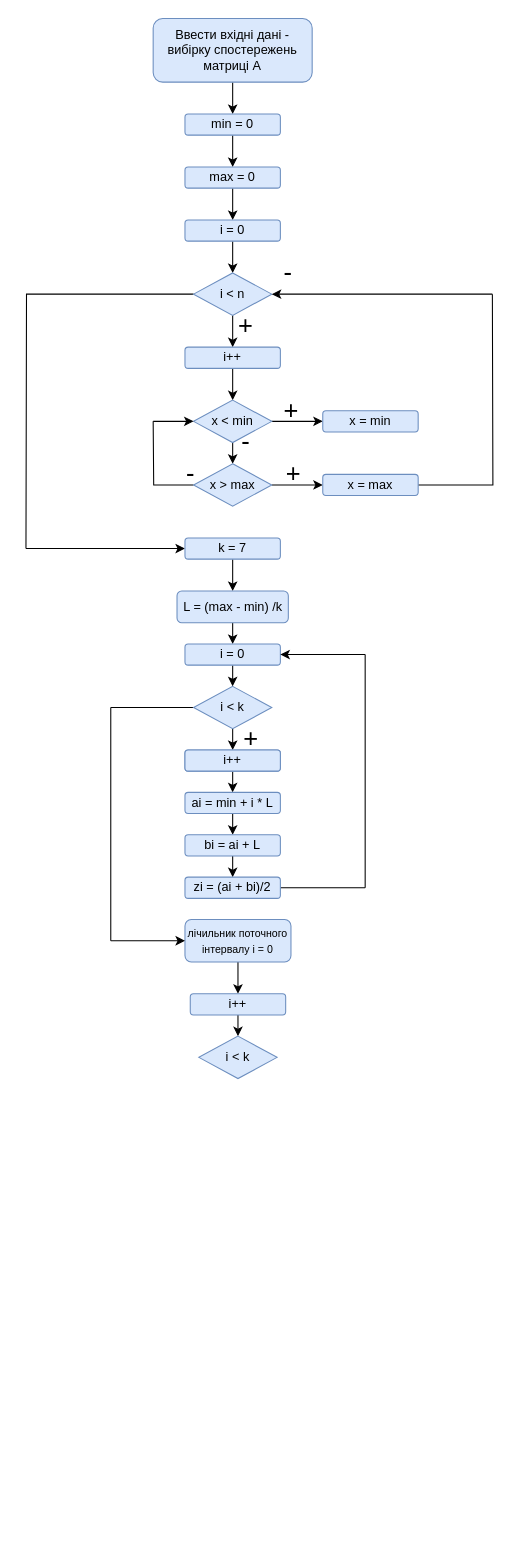
Before: BoAT_Lab_2/BoAT_Lab_2.drawio in Erw1n-git/drawio_flowcharts, a draw.io diagram. Source tidied: cells renumbered, new cells numbered last; positions are measured from the earlier drawing's top-left corner, leaving out a move shared by most shapes. Both pictures are drawn from the tidied source at 106%, with x=0, y=0 at pixel (25, 18).
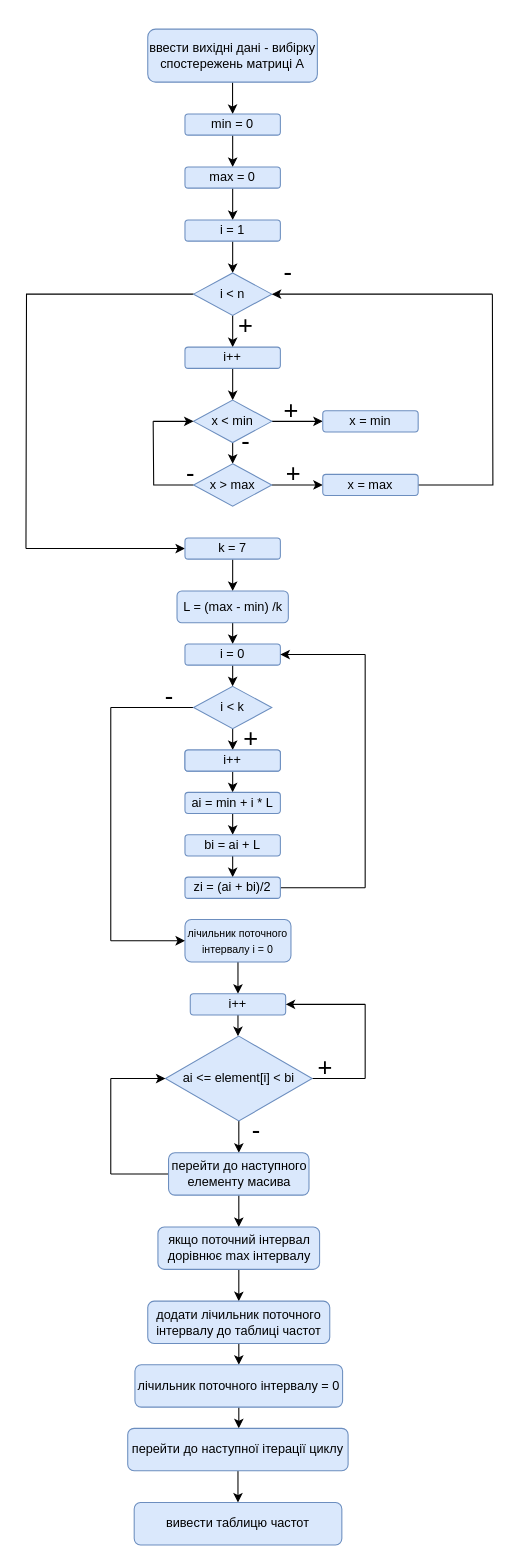
The same page after the edit.

Unchanged cells that the change refers to:
```xml
<mxCell id="59" value="i++" style="rounded=1;whiteSpace=wrap;html=1;fillColor=#dae8fc;strokeColor=#6c8ebf;" parent="1" vertex="1">
  <mxGeometry x="155" y="920" width="90" height="20" as="geometry" />
</mxCell>
```

Diff of the diagram source:
```diff
@@
-    <mxCell id="3" value="Ввести вхідні дані - вибірку спостережень матриці А" style="rounded=1;whiteSpace=wrap;html=1;fillColor=#dae8fc;strokeColor=#6c8ebf;" parent="1" vertex="1">
-      <mxGeometry x="120" width="150" height="60" as="geometry" />
+    <mxCell id="3" value="ввести вихідні дані - вибірку спостережень матриці А" style="rounded=1;whiteSpace=wrap;html=1;fillColor=#dae8fc;strokeColor=#6c8ebf;" parent="1" vertex="1">
+      <mxGeometry x="114.9" y="10" width="160" height="50" as="geometry" />
     </mxCell>
@@
-    <mxCell id="9" value="&lt;div&gt;i = 0&lt;/div&gt;" style="rounded=1;whiteSpace=wrap;html=1;fillColor=#dae8fc;strokeColor=#6c8ebf;" parent="1" vertex="1">
+    <mxCell id="9" value="&lt;div&gt;i = 1&lt;br&gt;&lt;/div&gt;" style="rounded=1;whiteSpace=wrap;html=1;fillColor=#dae8fc;strokeColor=#6c8ebf;" parent="1" vertex="1">
       <mxGeometry x="150" y="190" width="90" height="20" as="geometry" />
     </mxCell>
@@
+    <mxCell id="61" style="edgeStyle=orthogonalEdgeStyle;rounded=0;jettySize=auto;html=1;" parent="1" edge="1" source="60">
+      <mxGeometry relative="1" as="geometry">
+        <mxPoint x="200.8" y="1070" as="targetPoint" />
+      </mxGeometry>
+    </mxCell>
+    <mxCell id="62" style="edgeStyle=orthogonalEdgeStyle;rounded=0;jettySize=auto;html=1;endArrow=none;endFill=0;" parent="1" edge="1" source="60">
+      <mxGeometry relative="1" as="geometry">
+        <mxPoint x="320" y="1000" as="targetPoint" />
+      </mxGeometry>
+    </mxCell>
-    <mxCell id="60" value="i &amp;lt; k" style="rhombus;whiteSpace=wrap;html=1;fillColor=#dae8fc;strokeColor=#6c8ebf;" parent="1" vertex="1">
-      <mxGeometry x="163.1" y="960" width="73.8" height="40" as="geometry" />
+    <mxCell id="60" value="ai &amp;lt;= element[i] &amp;lt; bi" style="rhombus;whiteSpace=wrap;html=1;fillColor=#dae8fc;strokeColor=#6c8ebf;" parent="1" vertex="1">
+      <mxGeometry x="131.6" y="960" width="138.4" height="80" as="geometry" />
     </mxCell>
+    <mxCell id="63" style="edgeStyle=orthogonalEdgeStyle;rounded=0;jettySize=auto;html=1;endArrow=none;endFill=0;" parent="1" edge="1" source="65">
+      <mxGeometry relative="1" as="geometry">
+        <mxPoint x="80" y="1090" as="targetPoint" />
+        <Array as="points">
+          <mxPoint x="80" y="1090" />
+        </Array>
+      </mxGeometry>
+    </mxCell>
+    <mxCell id="64" style="edgeStyle=orthogonalEdgeStyle;rounded=0;jettySize=auto;html=1;entryX=0.5;entryY=0;entryDx=0;entryDy=0;" parent="1" edge="1" source="65" target="67">
+      <mxGeometry relative="1" as="geometry" />
+    </mxCell>
+    <mxCell id="65" value="перейти до наступного елементу масива" style="rounded=1;whiteSpace=wrap;html=1;fillColor=#dae8fc;strokeColor=#6c8ebf;" parent="1" vertex="1">
+      <mxGeometry x="134.5" y="1070" width="132.5" height="40" as="geometry" />
+    </mxCell>
+    <mxCell id="66" style="edgeStyle=orthogonalEdgeStyle;rounded=0;jettySize=auto;html=1;entryX=0.5;entryY=0;entryDx=0;entryDy=0;" parent="1" edge="1" source="67" target="76">
+      <mxGeometry relative="1" as="geometry" />
+    </mxCell>
+    <mxCell id="67" value="якщо поточний інтервал дорівнює max інтервалу" style="rounded=1;whiteSpace=wrap;html=1;fillColor=#dae8fc;strokeColor=#6c8ebf;" parent="1" vertex="1">
+      <mxGeometry x="124.5" y="1140" width="152.5" height="40" as="geometry" />
+    </mxCell>
+    <mxCell id="68" style="endArrow=none;html=1;rounded=0;endFill=0;" parent="1" edge="1">
+      <mxGeometry relative="1" as="geometry">
+        <mxPoint x="320" y="1000" as="sourcePoint" />
+        <mxPoint x="320" y="930" as="targetPoint" />
+      </mxGeometry>
+    </mxCell>
+    <mxCell id="69" style="endArrow=classic;html=1;rounded=0;entryX=1;entryY=0.5;entryDx=0;entryDy=0;" parent="1" edge="1" target="59">
+      <mxGeometry relative="1" as="geometry">
+        <mxPoint x="320" y="930" as="sourcePoint" />
+      </mxGeometry>
+    </mxCell>
+    <mxCell id="70" value="&lt;font style=&quot;font-size: 24px;&quot;&gt;+&lt;/font&gt;" style="text;html=1;align=center;verticalAlign=middle;strokeColor=none;fillColor=none;" parent="1" vertex="1">
+      <mxGeometry x="261.9" y="970" width="40" height="40" as="geometry" />
+    </mxCell>
+    <mxCell id="71" value="&lt;font style=&quot;font-size: 24px;&quot;&gt;-&lt;/font&gt;" style="text;html=1;align=center;verticalAlign=middle;strokeColor=none;fillColor=none;" parent="1" vertex="1">
+      <mxGeometry x="120" y="620" width="30" height="40" as="geometry" />
+    </mxCell>
+    <mxCell id="72" value="&lt;font style=&quot;font-size: 24px;&quot;&gt;-&lt;/font&gt;" style="text;html=1;align=center;verticalAlign=middle;strokeColor=none;fillColor=none;" parent="1" vertex="1">
+      <mxGeometry x="201.9" y="1030" width="30" height="40" as="geometry" />
+    </mxCell>
+    <mxCell id="73" style="endArrow=none;html=1;rounded=0;" parent="1" edge="1">
+      <mxGeometry relative="1" as="geometry">
+        <mxPoint x="80" y="1090" as="sourcePoint" />
+        <mxPoint x="80" y="1000" as="targetPoint" />
+      </mxGeometry>
+    </mxCell>
+    <mxCell id="74" style="endArrow=classic;html=1;rounded=0;entryX=0;entryY=0.5;entryDx=0;entryDy=0;" parent="1" edge="1" target="60">
+      <mxGeometry relative="1" as="geometry">
+        <mxPoint x="80" y="1000" as="sourcePoint" />
+      </mxGeometry>
+    </mxCell>
+    <mxCell id="75" style="edgeStyle=orthogonalEdgeStyle;rounded=0;jettySize=auto;html=1;" parent="1" edge="1" source="76">
+      <mxGeometry relative="1" as="geometry">
+        <mxPoint x="200.8" y="1270" as="targetPoint" />
+      </mxGeometry>
+    </mxCell>
+    <mxCell id="76" value="додати лічильник поточного інтервалу до таблиці частот" style="rounded=1;whiteSpace=wrap;html=1;fillColor=#dae8fc;strokeColor=#6c8ebf;" parent="1" vertex="1">
+      <mxGeometry x="114.9" y="1210" width="171.7" height="40" as="geometry" />
+    </mxCell>
+    <mxCell id="77" style="edgeStyle=orthogonalEdgeStyle;rounded=0;jettySize=auto;html=1;" parent="1" edge="1" source="78">
+      <mxGeometry relative="1" as="geometry">
+        <mxPoint x="200.8" y="1330" as="targetPoint" />
+      </mxGeometry>
+    </mxCell>
+    <mxCell id="78" value="&lt;div&gt;лічильник поточного інтервалу = 0&lt;/div&gt;" style="rounded=1;whiteSpace=wrap;html=1;fillColor=#dae8fc;strokeColor=#6c8ebf;" parent="1" vertex="1">
+      <mxGeometry x="102.8" y="1270" width="195.9" height="40" as="geometry" />
+    </mxCell>
+    <mxCell id="79" style="edgeStyle=orthogonalEdgeStyle;rounded=0;jettySize=auto;html=1;" parent="1" edge="1" source="80">
+      <mxGeometry relative="1" as="geometry">
+        <mxPoint x="200" y="1400" as="targetPoint" />
+      </mxGeometry>
+    </mxCell>
+    <mxCell id="80" value="перейти до наступної ітерації циклу" style="rounded=1;whiteSpace=wrap;html=1;fillColor=#dae8fc;strokeColor=#6c8ebf;" parent="1" vertex="1">
+      <mxGeometry x="96" y="1330" width="207.9" height="40" as="geometry" />
+    </mxCell>
+    <mxCell id="81" value="вивести таблицю частот" style="rounded=1;whiteSpace=wrap;html=1;fillColor=#dae8fc;strokeColor=#6c8ebf;" parent="1" vertex="1">
+      <mxGeometry x="102.1" y="1400" width="195.9" height="40" as="geometry" />
+    </mxCell>
```
